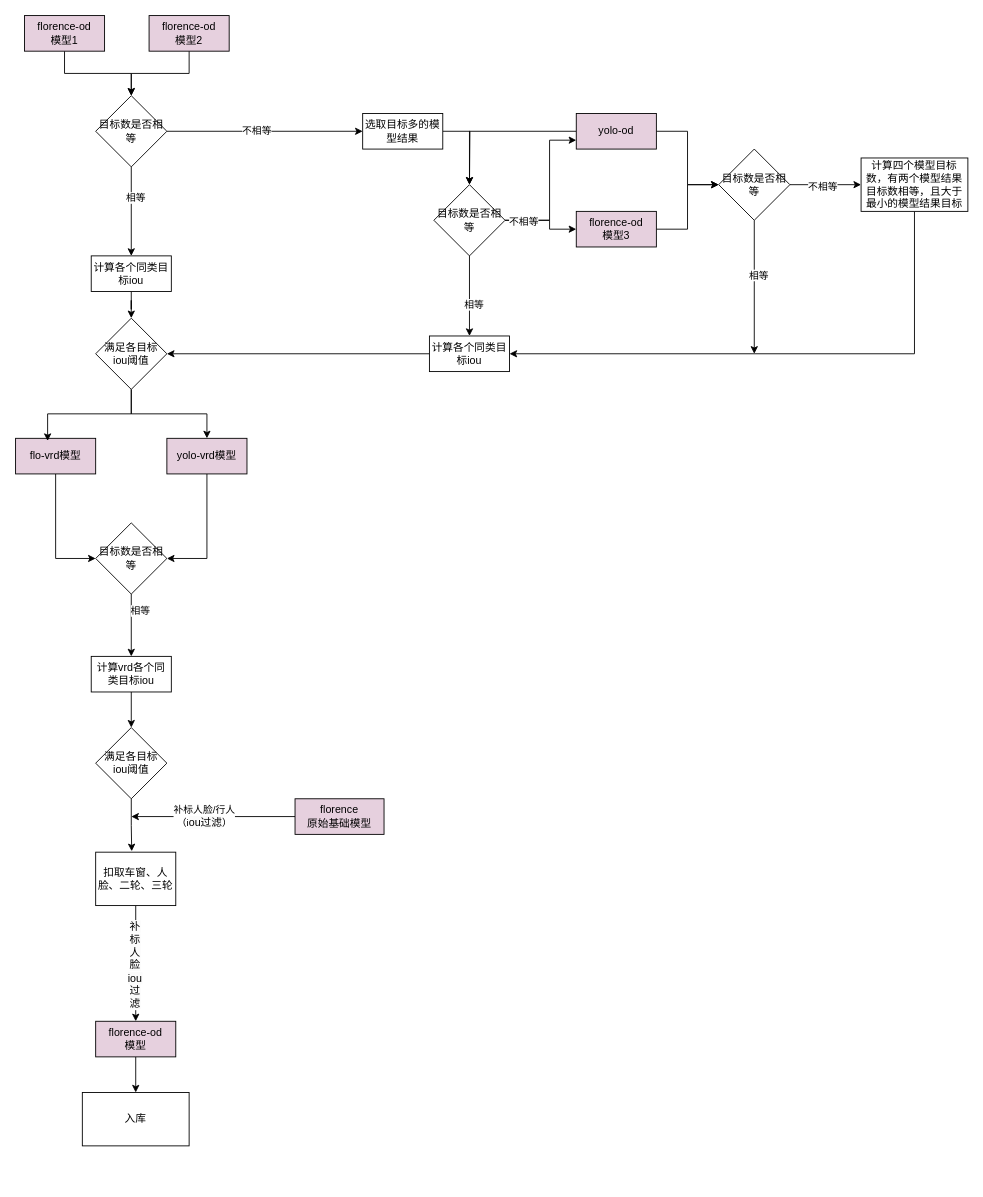
The draw.io diagram 标注工具.drawio in xiazi-yu/triton-server-read, before the edit. Source tidied: cells renumbered, new cells numbered last; positions are measured from the earlier drawing's top-left corner, leaving out a move shared by most shapes. Both pictures are drawn from the tidied source at 89%, with x=0, y=0 at pixel (15, 15).
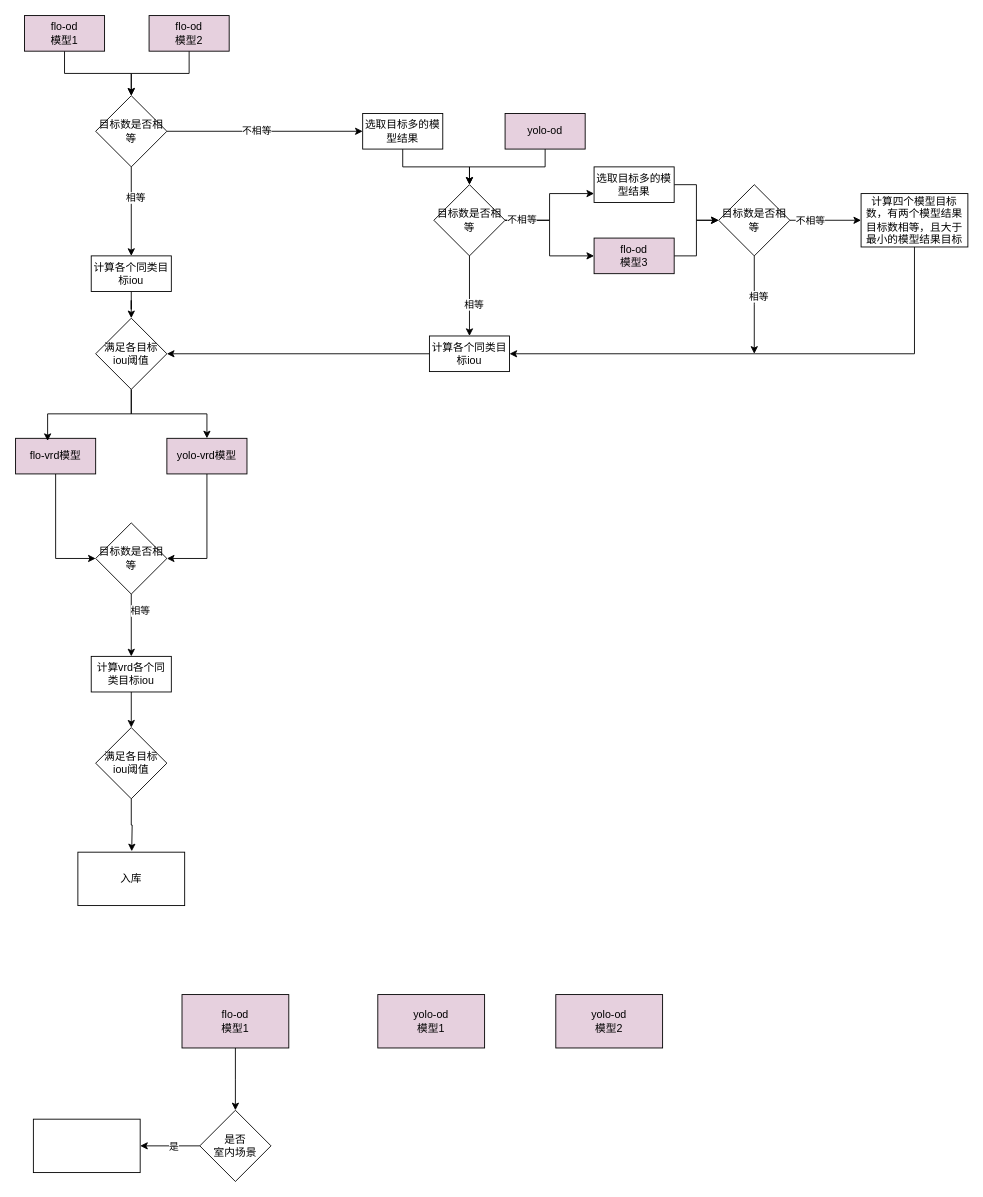
The same page after the edit.

Commit message (it also covers changes not shown here):
更新标注工具.drawio

The change refers to these unchanged cells:
```xml
<mxCell id="28" value="满足各目标&lt;div&gt;iou阈值&lt;/div&gt;" style="rhombus;whiteSpace=wrap;html=1;" parent="1" vertex="1">
  <mxGeometry x="90" y="800" width="80" height="80" as="geometry" />
</mxCell>
<mxCell id="35" value="选取目标多的模型结果" style="rounded=0;whiteSpace=wrap;html=1;" parent="1" vertex="1">
  <mxGeometry x="390" y="110" width="90" height="40" as="geometry" />
</mxCell>
<mxCell id="44" value="目标数是否相等" style="rhombus;whiteSpace=wrap;html=1;" parent="1" vertex="1">
  <mxGeometry x="470" y="190" width="80" height="80" as="geometry" />
</mxCell>
```

The edit, as a diff of the source:
```diff
@@
-    <mxCell id="2" style="edgeStyle=orthogonalEdgeStyle;rounded=0;jettySize=auto;html=1;" parent="1" edge="1" source="4">
-      <mxGeometry relative="1" as="geometry">
-        <mxPoint x="130" y="900" as="targetPoint" />
-      </mxGeometry>
-    </mxCell>
-    <mxCell id="3" value="补标人脸/行人&lt;div&gt;（i&lt;span style=&quot;font-size: 12px; text-wrap-mode: wrap; background-color: rgb(251, 251, 251);&quot;&gt;ou过滤&lt;/span&gt;）&lt;/div&gt;" style="edgeLabel;html=1;align=center;verticalAlign=middle;" parent="2" vertex="1">
-      <mxGeometry x="0.12" y="-1" relative="1" as="geometry" />
-    </mxCell>
-    <mxCell id="4" value="florence&lt;div&gt;原始基础模型&lt;/div&gt;" style="rounded=0;whiteSpace=wrap;html=1;fillColor=#E6D0DE;" parent="1" vertex="1">
-      <mxGeometry x="314" y="880" width="100" height="40" as="geometry" />
-    </mxCell>
@@
-    <mxCell id="6" value="florence-od&lt;div&gt;模型1&lt;/div&gt;" style="rounded=0;whiteSpace=wrap;html=1;fillColor=#E6D0DE;" parent="1" vertex="1">
+    <mxCell id="6" value="flo-od&lt;div&gt;模型1&lt;/div&gt;" style="rounded=0;whiteSpace=wrap;html=1;fillColor=#E6D0DE;" parent="1" vertex="1">
       <mxGeometry x="10" width="90" height="40" as="geometry" />
     </mxCell>
@@
-    <mxCell id="8" value="florence-od&lt;div&gt;模型2&lt;/div&gt;" style="rounded=0;whiteSpace=wrap;html=1;fillColor=#E6D0DE;" parent="1" vertex="1">
+    <mxCell id="8" value="flo-od&lt;div&gt;模型2&lt;/div&gt;" style="rounded=0;whiteSpace=wrap;html=1;fillColor=#E6D0DE;" parent="1" vertex="1">
       <mxGeometry x="150" width="90" height="40" as="geometry" />
     </mxCell>
@@
-    <mxCell id="29" style="edgeStyle=orthogonalEdgeStyle;rounded=0;jettySize=auto;html=1;" parent="1" edge="1" source="31" target="57">
-      <mxGeometry relative="1" as="geometry" />
-    </mxCell>
-    <mxCell id="30" value="&lt;span style=&quot;font-size: 12px; text-wrap-mode: wrap; background-color: rgb(251, 251, 251);&quot;&gt;补标人脸&lt;/span&gt;&lt;div&gt;&lt;span style=&quot;font-size: 12px; text-wrap-mode: wrap; background-color: rgb(251, 251, 251);&quot;&gt;iou过滤&lt;/span&gt;&lt;/div&gt;" style="edgeLabel;html=1;align=center;verticalAlign=middle;" parent="29" vertex="1">
-      <mxGeometry x="0.02" y="-2" relative="1" as="geometry" />
-    </mxCell>
-    <mxCell id="31" value="扣取车窗、人脸、二轮、三轮" style="rounded=0;whiteSpace=wrap;html=1;" parent="1" vertex="1">
-      <mxGeometry x="90" y="940" width="90" height="60" as="geometry" />
-    </mxCell>
-    <mxCell id="32" style="edgeStyle=orthogonalEdgeStyle;rounded=0;jettySize=auto;html=1;exitX=0.5;exitY=1;exitDx=0;exitDy=0;entryX=0.45;entryY=-0.017;entryDx=0;entryDy=0;entryPerimeter=0;" parent="1" edge="1" source="28" target="31">
-      <mxGeometry relative="1" as="geometry" />
+    <mxCell id="32" style="edgeStyle=orthogonalEdgeStyle;rounded=0;jettySize=auto;html=1;exitX=0.5;exitY=1;exitDx=0;exitDy=0;entryX=0.45;entryY=-0.017;entryDx=0;entryDy=0;entryPerimeter=0;" parent="1" edge="1" source="28">
+      <mxGeometry relative="1" as="geometry">
+        <mxPoint x="130.5" y="939" as="targetPoint" />
+      </mxGeometry>
     </mxCell>
     <mxCell id="33" value="入库" style="rounded=0;whiteSpace=wrap;html=1;" parent="1" vertex="1">
-      <mxGeometry x="75" y="1210" width="120" height="60" as="geometry" />
+      <mxGeometry x="70" y="940" width="120" height="60" as="geometry" />
     </mxCell>
-    <mxCell id="34" style="edgeStyle=orthogonalEdgeStyle;rounded=0;jettySize=auto;html=1;" parent="1" edge="1" source="35">
-      <mxGeometry relative="1" as="geometry">
-        <mxPoint x="510" y="190" as="targetPoint" />
-      </mxGeometry>
-    </mxCell>
+    <mxCell id="58" style="edgeStyle=orthogonalEdgeStyle;rounded=0;jettySize=auto;html=1;entryX=0.5;entryY=0;entryDx=0;entryDy=0;" parent="1" edge="1" source="35" target="44">
+      <mxGeometry relative="1" as="geometry" />
+    </mxCell>
@@
-    <mxCell id="36" style="edgeStyle=orthogonalEdgeStyle;rounded=0;jettySize=auto;html=1;exitX=1;exitY=0.5;exitDx=0;exitDy=0;entryX=0;entryY=0.5;entryDx=0;entryDy=0;" parent="1" edge="1" source="38" target="53">
-      <mxGeometry relative="1" as="geometry" />
-    </mxCell>
@@
     <mxCell id="38" value="yolo-od" style="rounded=0;whiteSpace=wrap;html=1;fillColor=#E6D0DE;" parent="1" vertex="1">
-      <mxGeometry x="630" y="110" width="90" height="40" as="geometry" />
+      <mxGeometry x="550" y="110" width="90" height="40" as="geometry" />
     </mxCell>
@@
-    <mxCell id="41" style="edgeStyle=orthogonalEdgeStyle;rounded=0;jettySize=auto;html=1;exitX=1;exitY=0.5;exitDx=0;exitDy=0;entryX=0;entryY=0.75;entryDx=0;entryDy=0;" parent="1" edge="1" source="44" target="38">
-      <mxGeometry relative="1" as="geometry">
-        <Array as="points">
-          <mxPoint x="600" y="230" />
-          <mxPoint x="600" y="140" />
-        </Array>
-      </mxGeometry>
-    </mxCell>
+    <mxCell id="59" style="edgeStyle=orthogonalEdgeStyle;rounded=0;jettySize=auto;html=1;entryX=0;entryY=0.75;entryDx=0;entryDy=0;" parent="1" edge="1" source="44" target="64">
+      <mxGeometry relative="1" as="geometry" />
+    </mxCell>
-    <mxCell id="42" style="edgeStyle=orthogonalEdgeStyle;rounded=0;jettySize=auto;html=1;exitX=1;exitY=0.5;exitDx=0;exitDy=0;" parent="1" edge="1" source="44" target="48">
-      <mxGeometry relative="1" as="geometry">
-        <Array as="points">
-          <mxPoint x="600" y="230" />
-          <mxPoint x="600" y="240" />
-        </Array>
-      </mxGeometry>
+    <mxCell id="42" style="edgeStyle=orthogonalEdgeStyle;rounded=0;jettySize=auto;html=1;entryX=0;entryY=0.5;entryDx=0;entryDy=0;" parent="1" edge="1" source="44" target="48">
+      <mxGeometry relative="1" as="geometry" />
     </mxCell>
-    <mxCell id="43" value="不相等" style="edgeLabel;html=1;align=center;verticalAlign=middle;" parent="42" vertex="1">
-      <mxGeometry x="-0.56" y="-1" relative="1" as="geometry" />
-    </mxCell>
+    <mxCell id="60" value="不相等" style="edgeLabel;html=1;align=center;verticalAlign=middle;" parent="42" vertex="1">
+      <mxGeometry x="-0.75" y="1" relative="1" as="geometry" />
+    </mxCell>
@@
-    <mxCell id="47" style="edgeStyle=orthogonalEdgeStyle;rounded=0;jettySize=auto;html=1;entryX=0;entryY=0.5;entryDx=0;entryDy=0;" parent="1" edge="1" source="48" target="53">
+    <mxCell id="47" style="edgeStyle=orthogonalEdgeStyle;rounded=0;jettySize=auto;html=1;" parent="1" edge="1" source="48" target="53">
       <mxGeometry relative="1" as="geometry" />
     </mxCell>
-    <mxCell id="48" value="florence-od&lt;div&gt;模型3&lt;/div&gt;" style="rounded=0;whiteSpace=wrap;html=1;fillColor=#E6D0DE;" parent="1" vertex="1">
-      <mxGeometry x="630" y="220" width="90" height="40" as="geometry" />
+    <mxCell id="48" value="flo-od&lt;div&gt;模型3&lt;/div&gt;" style="rounded=0;whiteSpace=wrap;html=1;fillColor=#E6D0DE;" parent="1" vertex="1">
+      <mxGeometry x="650" y="250" width="90" height="40" as="geometry" />
     </mxCell>
-    <mxCell id="49" style="edgeStyle=orthogonalEdgeStyle;rounded=0;jettySize=auto;html=1;" parent="1" edge="1" source="53">
-      <mxGeometry relative="1" as="geometry">
-        <mxPoint x="950" y="190" as="targetPoint" />
-      </mxGeometry>
-    </mxCell>
-    <mxCell id="50" value="不相等" style="edgeLabel;html=1;align=center;verticalAlign=middle;" parent="49" vertex="1">
-      <mxGeometry x="-0.11" y="-2" relative="1" as="geometry" />
-    </mxCell>
@@
+    <mxCell id="61" style="edgeStyle=orthogonalEdgeStyle;rounded=0;jettySize=auto;html=1;exitX=1;exitY=0.5;exitDx=0;exitDy=0;entryX=0;entryY=0.5;entryDx=0;entryDy=0;" parent="1" edge="1" source="53" target="55">
+      <mxGeometry relative="1" as="geometry" />
+    </mxCell>
+    <mxCell id="62" value="不相等" style="edgeLabel;html=1;align=center;verticalAlign=middle;" parent="61" vertex="1">
+      <mxGeometry x="-0.45" relative="1" as="geometry" />
+    </mxCell>
     <mxCell id="53" value="目标数是否相等" style="rhombus;whiteSpace=wrap;html=1;" parent="1" vertex="1">
-      <mxGeometry x="790" y="150" width="80" height="80" as="geometry" />
+      <mxGeometry x="790" y="190" width="80" height="80" as="geometry" />
     </mxCell>
@@
     <mxCell id="55" value="计算四个模型目标数，有两个模型结果目标数相等，且大于最小的模型结果目标" style="rounded=0;whiteSpace=wrap;html=1;" parent="1" vertex="1">
-      <mxGeometry x="950" y="160" width="120" height="60" as="geometry" />
+      <mxGeometry x="950" y="200" width="120" height="60" as="geometry" />
     </mxCell>
-    <mxCell id="56" style="edgeStyle=orthogonalEdgeStyle;rounded=0;jettySize=auto;html=1;exitX=0.5;exitY=1;exitDx=0;exitDy=0;entryX=0.5;entryY=0;entryDx=0;entryDy=0;" parent="1" edge="1" source="57" target="33">
-      <mxGeometry relative="1" as="geometry" />
-    </mxCell>
-    <mxCell id="57" value="florence-od&lt;div&gt;模型&lt;/div&gt;" style="rounded=0;whiteSpace=wrap;html=1;fillColor=#E6D0DE;" parent="1" vertex="1">
-      <mxGeometry x="90" y="1130" width="90" height="40" as="geometry" />
-    </mxCell>
+    <mxCell id="63" style="edgeStyle=orthogonalEdgeStyle;rounded=0;jettySize=auto;html=1;entryX=0;entryY=0.5;entryDx=0;entryDy=0;" parent="1" edge="1" source="64" target="53">
+      <mxGeometry relative="1" as="geometry" />
+    </mxCell>
+    <mxCell id="64" value="选取目标多的模型结果" style="rounded=0;whiteSpace=wrap;html=1;" parent="1" vertex="1">
+      <mxGeometry x="650" y="170" width="90" height="40" as="geometry" />
+    </mxCell>
+    <mxCell id="65" style="edgeStyle=orthogonalEdgeStyle;rounded=0;jettySize=auto;html=1;" parent="1" edge="1" source="66">
+      <mxGeometry relative="1" as="geometry">
+        <mxPoint x="247" y="1230" as="targetPoint" />
+      </mxGeometry>
+    </mxCell>
+    <mxCell id="66" value="flo-od&lt;div&gt;模型1&lt;/div&gt;" style="rounded=0;whiteSpace=wrap;html=1;fillColor=#E6D0DE;" parent="1" vertex="1">
+      <mxGeometry x="187" y="1100" width="120" height="60" as="geometry" />
+    </mxCell>
+    <mxCell id="67" value="yolo-od&lt;div&gt;模型1&lt;/div&gt;" style="rounded=0;whiteSpace=wrap;html=1;fillColor=#E6D0DE;" parent="1" vertex="1">
+      <mxGeometry x="407" y="1100" width="120" height="60" as="geometry" />
+    </mxCell>
+    <mxCell id="68" value="yolo-od&lt;div&gt;模型2&lt;/div&gt;" style="rounded=0;whiteSpace=wrap;html=1;fillColor=#E6D0DE;" parent="1" vertex="1">
+      <mxGeometry x="607" y="1100" width="120" height="60" as="geometry" />
+    </mxCell>
+    <mxCell id="69" style="edgeStyle=orthogonalEdgeStyle;rounded=0;jettySize=auto;html=1;" parent="1" edge="1" source="71" target="72">
+      <mxGeometry relative="1" as="geometry" />
+    </mxCell>
+    <mxCell id="70" value="是" style="edgeLabel;html=1;align=center;verticalAlign=middle;" parent="69" vertex="1">
+      <mxGeometry x="-0.1" relative="1" as="geometry" />
+    </mxCell>
+    <mxCell id="71" value="是否&lt;div&gt;室内场景&lt;/div&gt;" style="rhombus;whiteSpace=wrap;html=1;" parent="1" vertex="1">
+      <mxGeometry x="207" y="1230" width="80" height="80" as="geometry" />
+    </mxCell>
+    <mxCell id="72" style="rounded=0;whiteSpace=wrap;html=1;" parent="1" vertex="1">
+      <mxGeometry x="20" y="1240" width="120" height="60" as="geometry" />
+    </mxCell>
```
